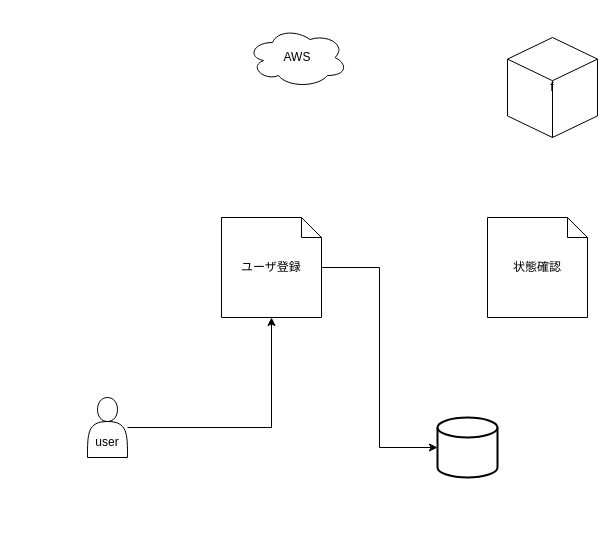
ringohoka/AnnounceSituation keeps this draw.io diagram as page "画面設計" (2 of 3) of 画面設計.drawio. Above is the earlier version. Source tidied: cells renumbered, new cells numbered last; positions are measured from the earlier drawing's top-left corner, leaving out a move shared by most shapes. Both pictures are drawn from the tidied source at 100%, with x=0, y=0 at pixel (87, 27).
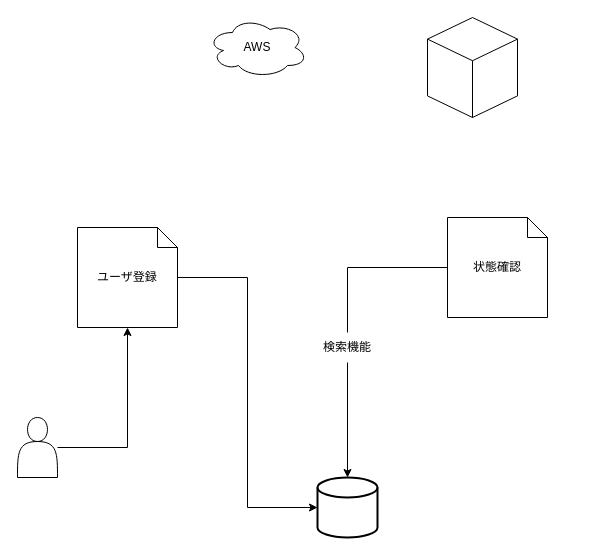
The same page after the edit.

Commit message:
画面設計.drawio を更新します

Diff of the diagram source:
```diff
@@
 <mxGraphModel>
   <root>
     <mxCell id="0" />
     <mxCell id="1" parent="0" />
     <mxCell id="2" style="edgeStyle=orthogonalEdgeStyle;rounded=0;jettySize=auto;html=1;entryX=0.5;entryY=1;entryDx=0;entryDy=0;entryPerimeter=0;" parent="1" edge="1" source="3" target="9">
       <mxGeometry relative="1" as="geometry" />
     </mxCell>
-    <mxCell id="3" value="&lt;br&gt;&lt;br&gt;user" style="shape=actor;whiteSpace=wrap;html=1;" parent="1" vertex="1">
-      <mxGeometry y="370" width="40" height="60" as="geometry" />
+    <mxCell id="3" style="shape=actor;whiteSpace=wrap;html=1;" parent="1" vertex="1">
+      <mxGeometry x="-70" y="390" width="40" height="60" as="geometry" />
     </mxCell>
-    <mxCell id="4" value="f" style="html=1;whiteSpace=wrap;shape=isoCube2;backgroundOutline=1;isoAngle=15;" parent="1" vertex="1">
-      <mxGeometry x="420" y="10" width="90" height="100" as="geometry" />
+    <mxCell id="4" style="html=1;whiteSpace=wrap;shape=isoCube2;backgroundOutline=1;isoAngle=15;" parent="1" vertex="1">
+      <mxGeometry x="340" y="-10" width="90" height="100" as="geometry" />
     </mxCell>
     <mxCell id="5" value="AWS" style="ellipse;shape=cloud;whiteSpace=wrap;html=1;align=center;" parent="1" vertex="1">
-      <mxGeometry x="160" width="100" height="60" as="geometry" />
+      <mxGeometry x="120" y="-10" width="100" height="60" as="geometry" />
     </mxCell>
     <mxCell id="6" style="strokeWidth=2;html=1;shape=mxgraph.flowchart.database;whiteSpace=wrap;" parent="1" vertex="1">
-      <mxGeometry x="350" y="390" width="60" height="60" as="geometry" />
+      <mxGeometry x="230" y="450" width="60" height="60" as="geometry" />
     </mxCell>
+    <mxCell id="10" style="edgeStyle=orthogonalEdgeStyle;rounded=0;jettySize=auto;html=1;startArrow=none;" parent="1" edge="1" source="11" target="6">
+      <mxGeometry relative="1" as="geometry" />
+    </mxCell>
     <mxCell id="7" value="状態確認" style="shape=note;size=20;whiteSpace=wrap;html=1;" parent="1" vertex="1">
-      <mxGeometry x="400" y="190" width="100" height="100" as="geometry" />
+      <mxGeometry x="360" y="190" width="100" height="100" as="geometry" />
     </mxCell>
     <mxCell id="8" style="edgeStyle=orthogonalEdgeStyle;rounded=0;jettySize=auto;html=1;entryX=0;entryY=0.5;entryDx=0;entryDy=0;entryPerimeter=0;" parent="1" edge="1" source="9" target="6">
       <mxGeometry relative="1" as="geometry" />
     </mxCell>
     <mxCell id="9" value="ユーザ登録" style="shape=note;size=20;whiteSpace=wrap;html=1;" parent="1" vertex="1">
-      <mxGeometry x="134" y="190" width="100" height="100" as="geometry" />
+      <mxGeometry x="-10" y="200" width="100" height="100" as="geometry" />
     </mxCell>
+    <mxCell id="11" value="検索機能" style="text;html=1;strokeColor=none;fillColor=none;align=center;verticalAlign=middle;whiteSpace=wrap;rounded=0;" parent="1" vertex="1">
+      <mxGeometry x="230" y="305" width="60" height="30" as="geometry" />
+    </mxCell>
+    <mxCell id="12" style="edgeStyle=orthogonalEdgeStyle;rounded=0;jettySize=auto;html=1;endArrow=none;" parent="1" edge="1" source="7" target="11">
+      <mxGeometry relative="1" as="geometry" />
+    </mxCell>
   </root>
 </mxGraphModel>
```
